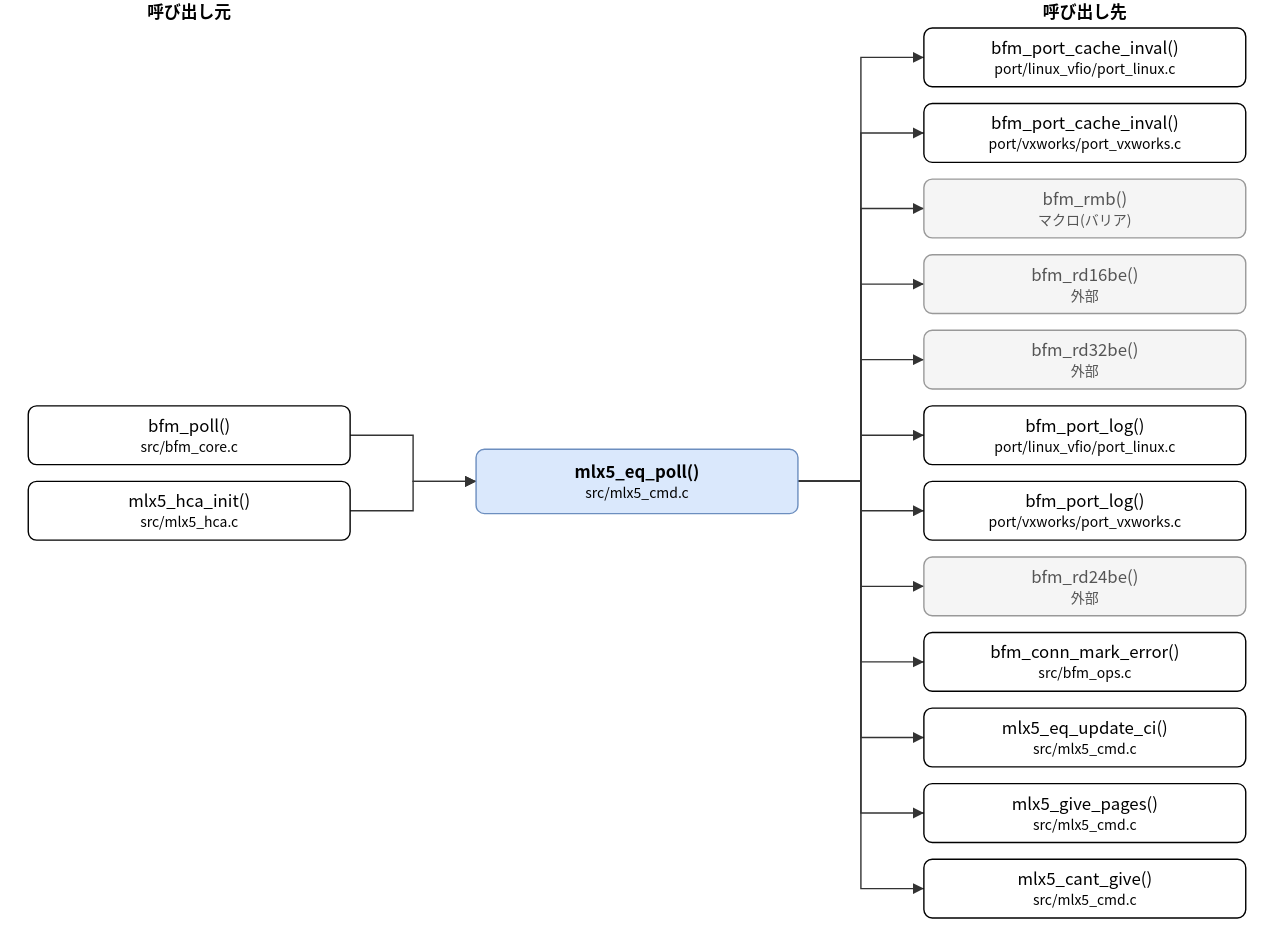
hf355051012-ai/bfmem keeps this draw.io diagram as doc/spec/images/call_src_mlx5_cmd__mlx5_eq_poll.drawio.svg. Above is the earlier version. Source tidied: cells renumbered, new cells last; positions are measured from the earlier drawing's top-left corner, leaving out a move shared by most shapes.
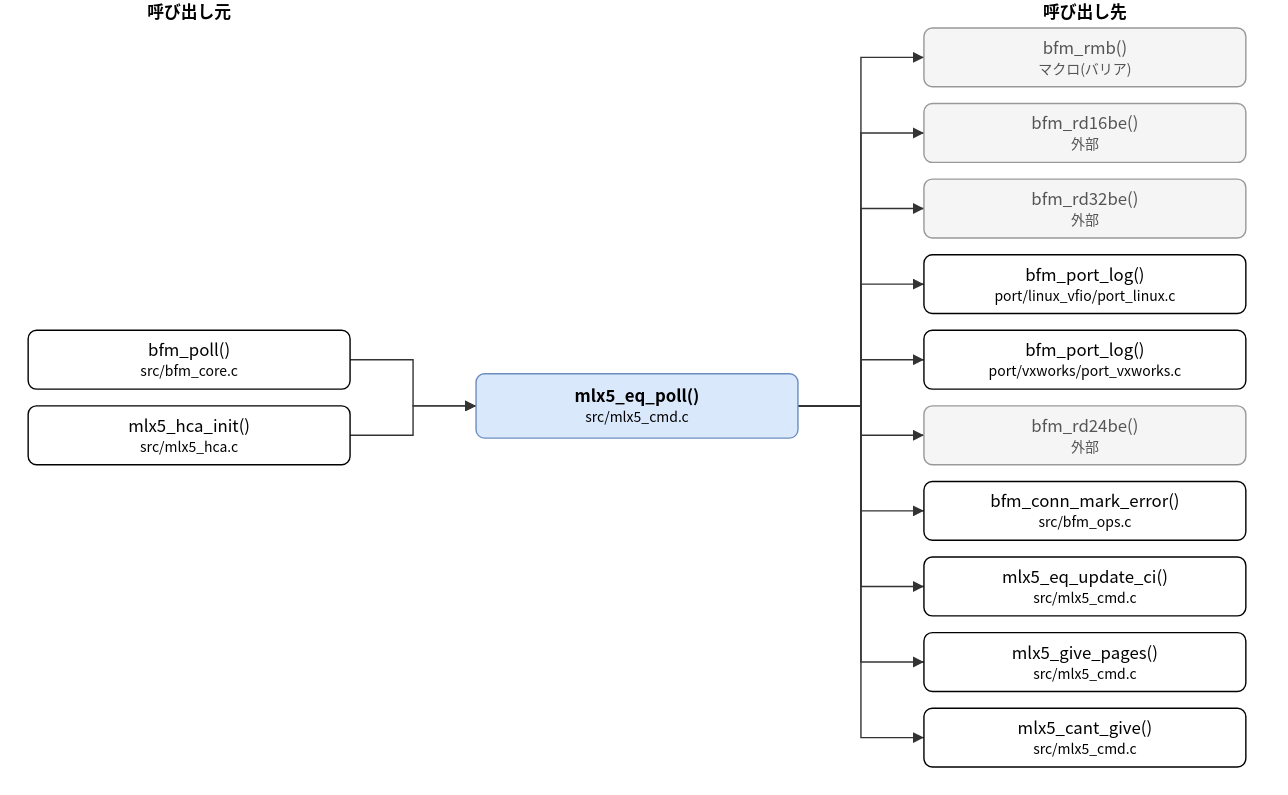
After the change.

What changed in the source:
```diff
@@ -3,70 +3,64 @@
     <mxCell id="0" />
     <mxCell id="1" parent="0" />
     <mxCell id="2" value="mlx5_eq_poll()&lt;br&gt;&lt;font style=&quot;font-size:10px&quot;&gt;src/mlx5_cmd.c&lt;/font&gt;" style="rounded=1;whiteSpace=wrap;html=1;fillColor=#dae8fc;strokeColor=#6c8ebf;fontStyle=1;" parent="1" vertex="1">
-      <mxGeometry x="320" y="321" width="230" height="46" as="geometry" />
+      <mxGeometry x="320" y="267" width="230" height="46" as="geometry" />
     </mxCell>
     <mxCell id="3" value="bfm_poll()&lt;br&gt;&lt;font style=&quot;font-size:10px&quot;&gt;src/bfm_core.c&lt;/font&gt;" style="rounded=1;whiteSpace=wrap;html=1;" parent="1" vertex="1">
-      <mxGeometry y="290" width="230" height="42" as="geometry" />
+      <mxGeometry y="236" width="230" height="42" as="geometry" />
     </mxCell>
     <mxCell id="4" value="mlx5_hca_init()&lt;br&gt;&lt;font style=&quot;font-size:10px&quot;&gt;src/mlx5_hca.c&lt;/font&gt;" style="rounded=1;whiteSpace=wrap;html=1;" parent="1" vertex="1">
-      <mxGeometry y="344" width="230" height="42" as="geometry" />
+      <mxGeometry y="290" width="230" height="42" as="geometry" />
     </mxCell>
-    <mxCell id="5" value="bfm_port_cache_inval()&lt;br&gt;&lt;font style=&quot;font-size:10px&quot;&gt;port/linux_vfio/port_linux.c&lt;/font&gt;" style="rounded=1;whiteSpace=wrap;html=1;" parent="1" vertex="1">
+    <mxCell id="5" value="bfm_rmb()&lt;br&gt;&lt;font style=&quot;font-size:10px&quot;&gt;マクロ(バリア)&lt;/font&gt;" style="rounded=1;whiteSpace=wrap;html=1;fillColor=#f5f5f5;strokeColor=#999999;fontColor=#555555;" parent="1" vertex="1">
       <mxGeometry x="640" y="20" width="230" height="42" as="geometry" />
     </mxCell>
-    <mxCell id="6" value="bfm_port_cache_inval()&lt;br&gt;&lt;font style=&quot;font-size:10px&quot;&gt;port/vxworks/port_vxworks.c&lt;/font&gt;" style="rounded=1;whiteSpace=wrap;html=1;" parent="1" vertex="1">
+    <mxCell id="6" value="bfm_rd16be()&lt;br&gt;&lt;font style=&quot;font-size:10px&quot;&gt;外部&lt;/font&gt;" style="rounded=1;whiteSpace=wrap;html=1;fillColor=#f5f5f5;strokeColor=#999999;fontColor=#555555;" parent="1" vertex="1">
       <mxGeometry x="640" y="74" width="230" height="42" as="geometry" />
     </mxCell>
-    <mxCell id="7" value="bfm_rmb()&lt;br&gt;&lt;font style=&quot;font-size:10px&quot;&gt;マクロ(バリア)&lt;/font&gt;" style="rounded=1;whiteSpace=wrap;html=1;fillColor=#f5f5f5;strokeColor=#999999;fontColor=#555555;" parent="1" vertex="1">
+    <mxCell id="7" value="bfm_rd32be()&lt;br&gt;&lt;font style=&quot;font-size:10px&quot;&gt;外部&lt;/font&gt;" style="rounded=1;whiteSpace=wrap;html=1;fillColor=#f5f5f5;strokeColor=#999999;fontColor=#555555;" parent="1" vertex="1">
       <mxGeometry x="640" y="128" width="230" height="42" as="geometry" />
     </mxCell>
-    <mxCell id="8" value="bfm_rd16be()&lt;br&gt;&lt;font style=&quot;font-size:10px&quot;&gt;外部&lt;/font&gt;" style="rounded=1;whiteSpace=wrap;html=1;fillColor=#f5f5f5;strokeColor=#999999;fontColor=#555555;" parent="1" vertex="1">
+    <mxCell id="8" value="bfm_port_log()&lt;br&gt;&lt;font style=&quot;font-size:10px&quot;&gt;port/linux_vfio/port_linux.c&lt;/font&gt;" style="rounded=1;whiteSpace=wrap;html=1;" parent="1" vertex="1">
       <mxGeometry x="640" y="182" width="230" height="42" as="geometry" />
     </mxCell>
-    <mxCell id="9" value="bfm_rd32be()&lt;br&gt;&lt;font style=&quot;font-size:10px&quot;&gt;外部&lt;/font&gt;" style="rounded=1;whiteSpace=wrap;html=1;fillColor=#f5f5f5;strokeColor=#999999;fontColor=#555555;" parent="1" vertex="1">
+    <mxCell id="9" value="bfm_port_log()&lt;br&gt;&lt;font style=&quot;font-size:10px&quot;&gt;port/vxworks/port_vxworks.c&lt;/font&gt;" style="rounded=1;whiteSpace=wrap;html=1;" parent="1" vertex="1">
       <mxGeometry x="640" y="236" width="230" height="42" as="geometry" />
     </mxCell>
-    <mxCell id="10" value="bfm_port_log()&lt;br&gt;&lt;font style=&quot;font-size:10px&quot;&gt;port/linux_vfio/port_linux.c&lt;/font&gt;" style="rounded=1;whiteSpace=wrap;html=1;" parent="1" vertex="1">
+    <mxCell id="10" value="bfm_rd24be()&lt;br&gt;&lt;font style=&quot;font-size:10px&quot;&gt;外部&lt;/font&gt;" style="rounded=1;whiteSpace=wrap;html=1;fillColor=#f5f5f5;strokeColor=#999999;fontColor=#555555;" parent="1" vertex="1">
       <mxGeometry x="640" y="290" width="230" height="42" as="geometry" />
     </mxCell>
-    <mxCell id="11" value="bfm_port_log()&lt;br&gt;&lt;font style=&quot;font-size:10px&quot;&gt;port/vxworks/port_vxworks.c&lt;/font&gt;" style="rounded=1;whiteSpace=wrap;html=1;" parent="1" vertex="1">
+    <mxCell id="11" value="bfm_conn_mark_error()&lt;br&gt;&lt;font style=&quot;font-size:10px&quot;&gt;src/bfm_ops.c&lt;/font&gt;" style="rounded=1;whiteSpace=wrap;html=1;" parent="1" vertex="1">
       <mxGeometry x="640" y="344" width="230" height="42" as="geometry" />
     </mxCell>
-    <mxCell id="12" value="bfm_rd24be()&lt;br&gt;&lt;font style=&quot;font-size:10px&quot;&gt;外部&lt;/font&gt;" style="rounded=1;whiteSpace=wrap;html=1;fillColor=#f5f5f5;strokeColor=#999999;fontColor=#555555;" parent="1" vertex="1">
+    <mxCell id="12" value="mlx5_eq_update_ci()&lt;br&gt;&lt;font style=&quot;font-size:10px&quot;&gt;src/mlx5_cmd.c&lt;/font&gt;" style="rounded=1;whiteSpace=wrap;html=1;" parent="1" vertex="1">
       <mxGeometry x="640" y="398" width="230" height="42" as="geometry" />
     </mxCell>
-    <mxCell id="13" value="bfm_conn_mark_error()&lt;br&gt;&lt;font style=&quot;font-size:10px&quot;&gt;src/bfm_ops.c&lt;/font&gt;" style="rounded=1;whiteSpace=wrap;html=1;" parent="1" vertex="1">
+    <mxCell id="13" value="mlx5_give_pages()&lt;br&gt;&lt;font style=&quot;font-size:10px&quot;&gt;src/mlx5_cmd.c&lt;/font&gt;" style="rounded=1;whiteSpace=wrap;html=1;" parent="1" vertex="1">
       <mxGeometry x="640" y="452" width="230" height="42" as="geometry" />
     </mxCell>
-    <mxCell id="14" value="mlx5_eq_update_ci()&lt;br&gt;&lt;font style=&quot;font-size:10px&quot;&gt;src/mlx5_cmd.c&lt;/font&gt;" style="rounded=1;whiteSpace=wrap;html=1;" parent="1" vertex="1">
+    <mxCell id="14" value="mlx5_cant_give()&lt;br&gt;&lt;font style=&quot;font-size:10px&quot;&gt;src/mlx5_cmd.c&lt;/font&gt;" style="rounded=1;whiteSpace=wrap;html=1;" parent="1" vertex="1">
       <mxGeometry x="640" y="506" width="230" height="42" as="geometry" />
     </mxCell>
-    <mxCell id="15" value="mlx5_give_pages()&lt;br&gt;&lt;font style=&quot;font-size:10px&quot;&gt;src/mlx5_cmd.c&lt;/font&gt;" style="rounded=1;whiteSpace=wrap;html=1;" parent="1" vertex="1">
-      <mxGeometry x="640" y="560" width="230" height="42" as="geometry" />
-    </mxCell>
-    <mxCell id="16" value="mlx5_cant_give()&lt;br&gt;&lt;font style=&quot;font-size:10px&quot;&gt;src/mlx5_cmd.c&lt;/font&gt;" style="rounded=1;whiteSpace=wrap;html=1;" parent="1" vertex="1">
-      <mxGeometry x="640" y="614" width="230" height="42" as="geometry" />
-    </mxCell>
     <mxCell id="17" style="edgeStyle=none;html=1;rounded=0;endArrow=block;endFill=1;exitX=1.0000;exitY=0.5000;exitDx=0;exitDy=0;exitPerimeter=0;entryX=0.0000;entryY=0.5000;entryDx=0;entryDy=0;entryPerimeter=0;" parent="1" edge="1" source="3" target="2">
       <mxGeometry relative="1" as="geometry">
         <Array as="points">
-          <mxPoint x="275" y="311" />
-          <mxPoint x="275" y="344" />
+          <mxPoint x="275" y="257" />
+          <mxPoint x="275" y="290" />
         </Array>
       </mxGeometry>
     </mxCell>
     <mxCell id="18" style="edgeStyle=none;html=1;rounded=0;endArrow=block;endFill=1;exitX=1.0000;exitY=0.5000;exitDx=0;exitDy=0;exitPerimeter=0;entryX=0.0000;entryY=0.5000;entryDx=0;entryDy=0;entryPerimeter=0;" parent="1" edge="1" source="4" target="2">
       <mxGeometry relative="1" as="geometry">
         <Array as="points">
-          <mxPoint x="275" y="365" />
-          <mxPoint x="275" y="344" />
+          <mxPoint x="275" y="311" />
+          <mxPoint x="275" y="290" />
         </Array>
       </mxGeometry>
     </mxCell>
     <mxCell id="19" style="edgeStyle=none;html=1;rounded=0;endArrow=block;endFill=1;exitX=1.0000;exitY=0.5000;exitDx=0;exitDy=0;exitPerimeter=0;entryX=0.0000;entryY=0.5000;entryDx=0;entryDy=0;entryPerimeter=0;" parent="1" edge="1" source="2" target="5">
       <mxGeometry relative="1" as="geometry">
         <Array as="points">
-          <mxPoint x="595" y="344" />
+          <mxPoint x="595" y="290" />
           <mxPoint x="595" y="41" />
         </Array>
       </mxGeometry>
@@ -74,7 +68,7 @@
     <mxCell id="20" style="edgeStyle=none;html=1;rounded=0;endArrow=block;endFill=1;exitX=1.0000;exitY=0.5000;exitDx=0;exitDy=0;exitPerimeter=0;entryX=0.0000;entryY=0.5000;entryDx=0;entryDy=0;entryPerimeter=0;" parent="1" edge="1" source="2" target="6">
       <mxGeometry relative="1" as="geometry">
         <Array as="points">
-          <mxPoint x="595" y="344" />
+          <mxPoint x="595" y="290" />
           <mxPoint x="595" y="95" />
         </Array>
       </mxGeometry>
@@ -82,7 +76,7 @@
     <mxCell id="21" style="edgeStyle=none;html=1;rounded=0;endArrow=block;endFill=1;exitX=1.0000;exitY=0.5000;exitDx=0;exitDy=0;exitPerimeter=0;entryX=0.0000;entryY=0.5000;entryDx=0;entryDy=0;entryPerimeter=0;" parent="1" edge="1" source="2" target="7">
       <mxGeometry relative="1" as="geometry">
         <Array as="points">
-          <mxPoint x="595" y="344" />
+          <mxPoint x="595" y="290" />
           <mxPoint x="595" y="149" />
         </Array>
       </mxGeometry>
@@ -90,7 +84,7 @@
     <mxCell id="22" style="edgeStyle=none;html=1;rounded=0;endArrow=block;endFill=1;exitX=1.0000;exitY=0.5000;exitDx=0;exitDy=0;exitPerimeter=0;entryX=0.0000;entryY=0.5000;entryDx=0;entryDy=0;entryPerimeter=0;" parent="1" edge="1" source="2" target="8">
       <mxGeometry relative="1" as="geometry">
         <Array as="points">
-          <mxPoint x="595" y="344" />
+          <mxPoint x="595" y="290" />
           <mxPoint x="595" y="203" />
         </Array>
       </mxGeometry>
@@ -98,7 +92,7 @@
     <mxCell id="23" style="edgeStyle=none;html=1;rounded=0;endArrow=block;endFill=1;exitX=1.0000;exitY=0.5000;exitDx=0;exitDy=0;exitPerimeter=0;entryX=0.0000;entryY=0.5000;entryDx=0;entryDy=0;entryPerimeter=0;" parent="1" edge="1" source="2" target="9">
       <mxGeometry relative="1" as="geometry">
         <Array as="points">
-          <mxPoint x="595" y="344" />
+          <mxPoint x="595" y="290" />
           <mxPoint x="595" y="257" />
         </Array>
       </mxGeometry>
@@ -106,7 +100,7 @@
     <mxCell id="24" style="edgeStyle=none;html=1;rounded=0;endArrow=block;endFill=1;exitX=1.0000;exitY=0.5000;exitDx=0;exitDy=0;exitPerimeter=0;entryX=0.0000;entryY=0.5000;entryDx=0;entryDy=0;entryPerimeter=0;" parent="1" edge="1" source="2" target="10">
       <mxGeometry relative="1" as="geometry">
         <Array as="points">
-          <mxPoint x="595" y="344" />
+          <mxPoint x="595" y="290" />
           <mxPoint x="595" y="311" />
         </Array>
       </mxGeometry>
@@ -114,7 +108,7 @@
     <mxCell id="25" style="edgeStyle=none;html=1;rounded=0;endArrow=block;endFill=1;exitX=1.0000;exitY=0.5000;exitDx=0;exitDy=0;exitPerimeter=0;entryX=0.0000;entryY=0.5000;entryDx=0;entryDy=0;entryPerimeter=0;" parent="1" edge="1" source="2" target="11">
       <mxGeometry relative="1" as="geometry">
         <Array as="points">
-          <mxPoint x="595" y="344" />
+          <mxPoint x="595" y="290" />
           <mxPoint x="595" y="365" />
         </Array>
       </mxGeometry>
@@ -122,7 +116,7 @@
     <mxCell id="26" style="edgeStyle=none;html=1;rounded=0;endArrow=block;endFill=1;exitX=1.0000;exitY=0.5000;exitDx=0;exitDy=0;exitPerimeter=0;entryX=0.0000;entryY=0.5000;entryDx=0;entryDy=0;entryPerimeter=0;" parent="1" edge="1" source="2" target="12">
       <mxGeometry relative="1" as="geometry">
         <Array as="points">
-          <mxPoint x="595" y="344" />
+          <mxPoint x="595" y="290" />
           <mxPoint x="595" y="419" />
         </Array>
       </mxGeometry>
@@ -130,7 +124,7 @@
     <mxCell id="27" style="edgeStyle=none;html=1;rounded=0;endArrow=block;endFill=1;exitX=1.0000;exitY=0.5000;exitDx=0;exitDy=0;exitPerimeter=0;entryX=0.0000;entryY=0.5000;entryDx=0;entryDy=0;entryPerimeter=0;" parent="1" edge="1" source="2" target="13">
       <mxGeometry relative="1" as="geometry">
         <Array as="points">
-          <mxPoint x="595" y="344" />
+          <mxPoint x="595" y="290" />
           <mxPoint x="595" y="473" />
         </Array>
       </mxGeometry>
@@ -138,27 +132,11 @@
     <mxCell id="28" style="edgeStyle=none;html=1;rounded=0;endArrow=block;endFill=1;exitX=1.0000;exitY=0.5000;exitDx=0;exitDy=0;exitPerimeter=0;entryX=0.0000;entryY=0.5000;entryDx=0;entryDy=0;entryPerimeter=0;" parent="1" edge="1" source="2" target="14">
       <mxGeometry relative="1" as="geometry">
         <Array as="points">
-          <mxPoint x="595" y="344" />
+          <mxPoint x="595" y="290" />
           <mxPoint x="595" y="527" />
         </Array>
       </mxGeometry>
     </mxCell>
-    <mxCell id="29" style="edgeStyle=none;html=1;rounded=0;endArrow=block;endFill=1;exitX=1.0000;exitY=0.5000;exitDx=0;exitDy=0;exitPerimeter=0;entryX=0.0000;entryY=0.5000;entryDx=0;entryDy=0;entryPerimeter=0;" parent="1" edge="1" source="2" target="15">
-      <mxGeometry relative="1" as="geometry">
-        <Array as="points">
-          <mxPoint x="595" y="344" />
-          <mxPoint x="595" y="581" />
-        </Array>
-      </mxGeometry>
-    </mxCell>
-    <mxCell id="30" style="edgeStyle=none;html=1;rounded=0;endArrow=block;endFill=1;exitX=1.0000;exitY=0.5000;exitDx=0;exitDy=0;exitPerimeter=0;entryX=0.0000;entryY=0.5000;entryDx=0;entryDy=0;entryPerimeter=0;" parent="1" edge="1" source="2" target="16">
-      <mxGeometry relative="1" as="geometry">
-        <Array as="points">
-          <mxPoint x="595" y="344" />
-          <mxPoint x="595" y="635" />
-        </Array>
-      </mxGeometry>
-    </mxCell>
     <mxCell id="31" value="呼び出し元" style="text;html=1;align=center;fontStyle=1;" parent="1" vertex="1">
       <mxGeometry x="35" width="160" height="18" as="geometry" />
     </mxCell>
```
